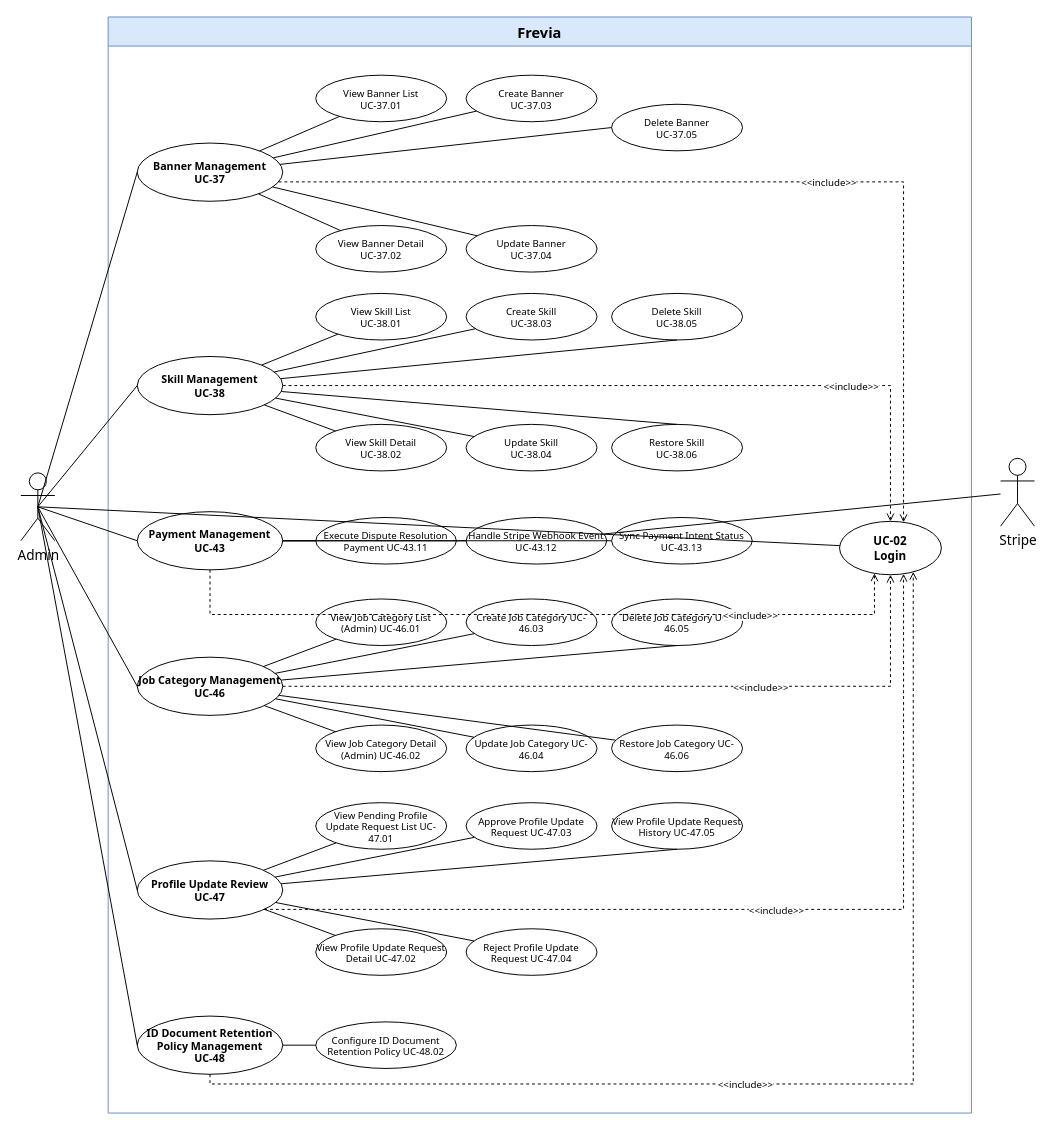
This is page "Admin 4/4" (4 of 4) of uc-diagrams/Admin.drawio from Thunggg/Frevia, a draw.io file, before an edit. Source tidied: cells renumbered, new cells numbered last; positions are measured from the earlier drawing's top-left corner, leaving out a move shared by most shapes. Both pictures are drawn from the tidied source at 97%, with x=0, y=0 at pixel (20, 16).
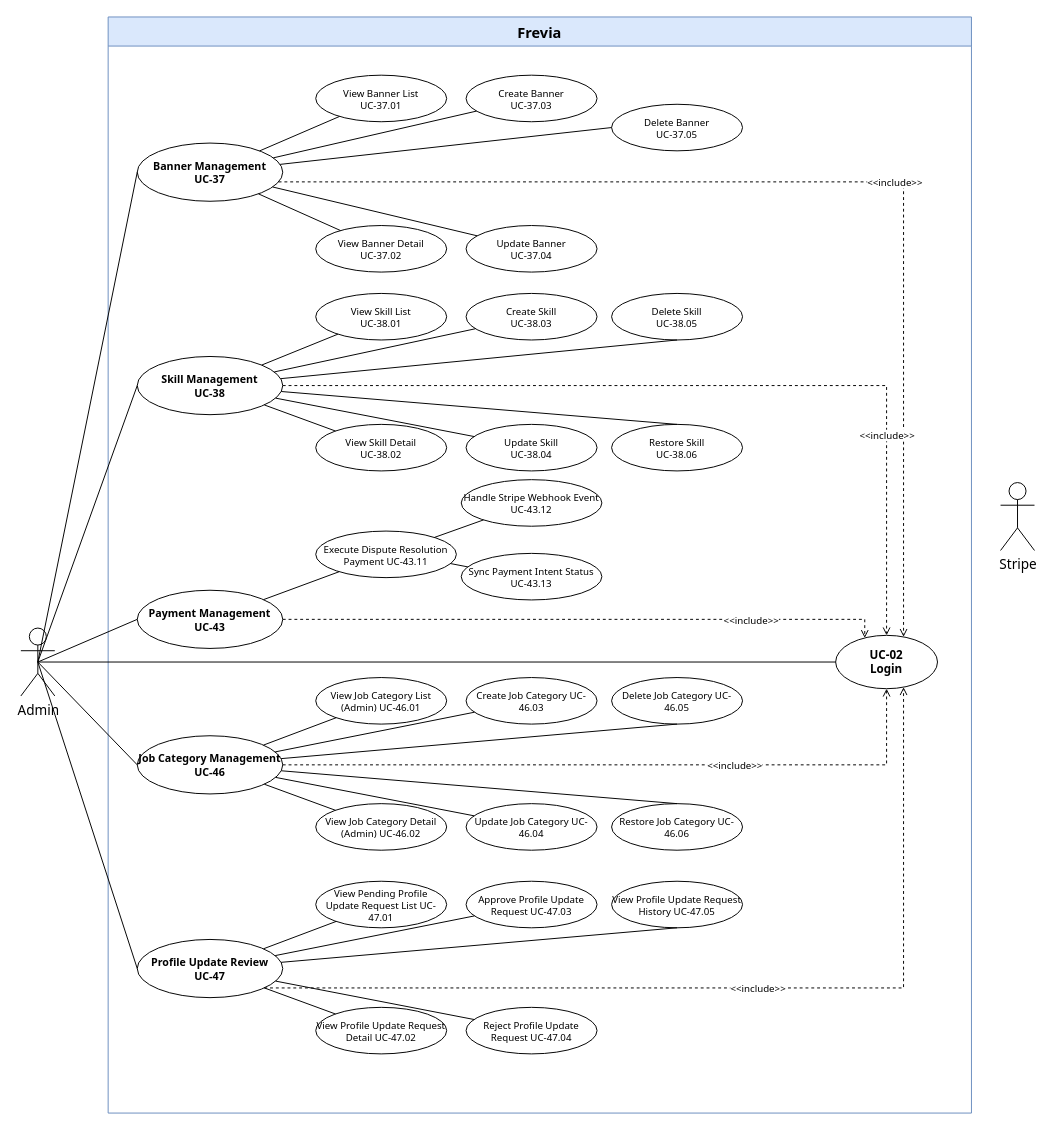
After the change.

The change refers to these unchanged cells:
```xml
<mxCell id="2" value="Frevia" style="swimlane;whiteSpace=wrap;html=1;startSize=30;fontSize=15;fontFamily=Tahoma;fontStyle=1;fillColor=#dae8fc;strokeColor=#6c8ebf;" parent="1" vertex="1">
  <mxGeometry x="90" width="890" height="1130" as="geometry" />
</mxCell>
```

Diff of the diagram source:
```diff
@@
     <mxCell id="3" value="UC-02&#10;Login" style="ellipse;whiteSpace=wrap;html=1;fontSize=12;fontFamily=Tahoma;fontStyle=1;fillColor=#ffffff;strokeColor=#000000;" parent="2" vertex="1">
-      <mxGeometry x="754" y="520" width="105" height="55" as="geometry" />
+      <mxGeometry x="750" y="637.5" width="105" height="55" as="geometry" />
     </mxCell>
@@
     <mxCell id="28" value="Payment Management&#10;UC-43" style="ellipse;whiteSpace=wrap;html=1;fontSize=11;fontFamily=Tahoma;fontStyle=1;fillColor=#ffffff;strokeColor=#000000;" parent="2" vertex="1">
-      <mxGeometry x="30" y="510" width="150" height="60" as="geometry" />
+      <mxGeometry x="30" y="591" width="150" height="60" as="geometry" />
     </mxCell>
     <mxCell id="29" value="Execute Dispute Resolution Payment&amp;#xa;UC-43.11" style="ellipse;whiteSpace=wrap;html=1;fontSize=10;fontFamily=Tahoma;fillColor=#ffffff;strokeColor=#000000;" parent="2" vertex="1">
-      <mxGeometry x="214" y="516" width="145" height="48" as="geometry" />
+      <mxGeometry x="214" y="530" width="145" height="48" as="geometry" />
     </mxCell>
@@
     <mxCell id="31" value="Job Category Management&#10;UC-46" style="ellipse;whiteSpace=wrap;html=1;fontSize=11;fontFamily=Tahoma;fontStyle=1;fillColor=#ffffff;strokeColor=#000000;" parent="2" vertex="1">
-      <mxGeometry x="30" y="660" width="150" height="60" as="geometry" />
+      <mxGeometry x="30" y="741" width="150" height="60" as="geometry" />
     </mxCell>
     <mxCell id="32" value="View Job Category List (Admin)&amp;#xa;UC-46.01" style="ellipse;whiteSpace=wrap;html=1;fontSize=10;fontFamily=Tahoma;fillColor=#ffffff;strokeColor=#000000;" parent="2" vertex="1">
-      <mxGeometry x="214" y="600" width="135" height="48" as="geometry" />
+      <mxGeometry x="214" y="681" width="135" height="48" as="geometry" />
     </mxCell>
     <mxCell id="33" value="View Job Category Detail (Admin)&amp;#xa;UC-46.02" style="ellipse;whiteSpace=wrap;html=1;fontSize=10;fontFamily=Tahoma;fillColor=#ffffff;strokeColor=#000000;" parent="2" vertex="1">
-      <mxGeometry x="214" y="730" width="135" height="48" as="geometry" />
+      <mxGeometry x="214" y="811" width="135" height="48" as="geometry" />
     </mxCell>
     <mxCell id="34" value="Create Job Category&amp;#xa;UC-46.03" style="ellipse;whiteSpace=wrap;html=1;fontSize=10;fontFamily=Tahoma;fillColor=#ffffff;strokeColor=#000000;" parent="2" vertex="1">
-      <mxGeometry x="369" y="600" width="135" height="48" as="geometry" />
+      <mxGeometry x="369" y="681" width="135" height="48" as="geometry" />
     </mxCell>
     <mxCell id="35" value="Update Job Category&amp;#xa;UC-46.04" style="ellipse;whiteSpace=wrap;html=1;fontSize=10;fontFamily=Tahoma;fillColor=#ffffff;strokeColor=#000000;" parent="2" vertex="1">
-      <mxGeometry x="369" y="730" width="135" height="48" as="geometry" />
+      <mxGeometry x="369" y="811" width="135" height="48" as="geometry" />
     </mxCell>
     <mxCell id="36" value="Delete Job Category&amp;#xa;UC-46.05" style="ellipse;whiteSpace=wrap;html=1;fontSize=10;fontFamily=Tahoma;fillColor=#ffffff;strokeColor=#000000;" parent="2" vertex="1">
-      <mxGeometry x="519" y="600" width="135" height="48" as="geometry" />
+      <mxGeometry x="519" y="681" width="135" height="48" as="geometry" />
     </mxCell>
@@
     <mxCell id="42" value="Profile Update Review&#10;UC-47" style="ellipse;whiteSpace=wrap;html=1;fontSize=11;fontFamily=Tahoma;fontStyle=1;fillColor=#ffffff;strokeColor=#000000;" parent="2" vertex="1">
-      <mxGeometry x="30" y="870" width="150" height="60" as="geometry" />
+      <mxGeometry x="30" y="951" width="150" height="60" as="geometry" />
     </mxCell>
     <mxCell id="43" value="View Pending Profile Update Request List&amp;#xa;UC-47.01" style="ellipse;whiteSpace=wrap;html=1;fontSize=10;fontFamily=Tahoma;fillColor=#ffffff;strokeColor=#000000;" parent="2" vertex="1">
-      <mxGeometry x="214" y="810" width="135" height="48" as="geometry" />
+      <mxGeometry x="214" y="891" width="135" height="48" as="geometry" />
     </mxCell>
     <mxCell id="44" value="View Profile Update Request Detail&amp;#xa;UC-47.02" style="ellipse;whiteSpace=wrap;html=1;fontSize=10;fontFamily=Tahoma;fillColor=#ffffff;strokeColor=#000000;" parent="2" vertex="1">
-      <mxGeometry x="214" y="940" width="135" height="48" as="geometry" />
+      <mxGeometry x="214" y="1021" width="135" height="48" as="geometry" />
     </mxCell>
     <mxCell id="45" value="Approve Profile Update Request&amp;#xa;UC-47.03" style="ellipse;whiteSpace=wrap;html=1;fontSize=10;fontFamily=Tahoma;fillColor=#ffffff;strokeColor=#000000;" parent="2" vertex="1">
-      <mxGeometry x="369" y="810" width="135" height="48" as="geometry" />
+      <mxGeometry x="369" y="891" width="135" height="48" as="geometry" />
     </mxCell>
     <mxCell id="46" value="Reject Profile Update Request&amp;#xa;UC-47.04" style="ellipse;whiteSpace=wrap;html=1;fontSize=10;fontFamily=Tahoma;fillColor=#ffffff;strokeColor=#000000;" parent="2" vertex="1">
-      <mxGeometry x="369" y="940" width="135" height="48" as="geometry" />
+      <mxGeometry x="369" y="1021" width="135" height="48" as="geometry" />
     </mxCell>
     <mxCell id="47" value="View Profile Update Request History&amp;#xa;UC-47.05" style="ellipse;whiteSpace=wrap;html=1;fontSize=10;fontFamily=Tahoma;fillColor=#ffffff;strokeColor=#000000;" parent="2" vertex="1">
-      <mxGeometry x="519" y="810" width="135" height="48" as="geometry" />
+      <mxGeometry x="519" y="891" width="135" height="48" as="geometry" />
     </mxCell>
@@
-    <mxCell id="53" value="Configure ID Document Retention Policy&amp;#xa;UC-48.02" style="ellipse;whiteSpace=wrap;html=1;fontSize=10;fontFamily=Tahoma;fillColor=#ffffff;strokeColor=#000000;" parent="2" vertex="1">
-      <mxGeometry x="214" y="1036" width="145" height="48" as="geometry" />
-    </mxCell>
@@
     <mxCell id="55" value="&amp;lt;&amp;lt;include&amp;gt;&amp;gt;" style="edgeStyle=orthogonalEdgeStyle;rounded=0;endArrow=open;dashed=1;html=1;strokeColor=#000000;fontSize=10;fontFamily=Tahoma;labelBackgroundColor=#ffffff;align=center;verticalAlign=middle;" parent="2" edge="1" source="28" target="3">
       <mxGeometry x="0.56" relative="1" as="geometry">
         <Array as="points">
-          <mxPoint x="790" y="616" />
+          <mxPoint x="780" y="621" />
         </Array>
       </mxGeometry>
     </mxCell>
     <mxCell id="56" value="&amp;lt;&amp;lt;include&amp;gt;&amp;gt;" style="edgeStyle=orthogonalEdgeStyle;rounded=0;endArrow=open;dashed=1;html=1;strokeColor=#000000;fontSize=10;fontFamily=Tahoma;labelBackgroundColor=#ffffff;align=center;verticalAlign=middle;" parent="2" edge="1" source="42" target="3">
       <mxGeometry x="0.05" relative="1" as="geometry">
         <Array as="points">
-          <mxPoint x="820" y="920" />
+          <mxPoint x="820" y="1001" />
         </Array>
       </mxGeometry>
     </mxCell>
     <mxCell id="57" value="Restore Job Category&amp;#xa;UC-46.06" style="ellipse;whiteSpace=wrap;html=1;fontSize=10;fontFamily=Tahoma;fillColor=#ffffff;strokeColor=#000000;" parent="2" vertex="1">
-      <mxGeometry x="519" y="730" width="135" height="48" as="geometry" />
+      <mxGeometry x="519" y="811" width="135" height="48" as="geometry" />
     </mxCell>
-    <mxCell id="58" style="endArrow=none;html=1;rounded=0;fontFamily=Tahoma;fontSize=13;" parent="2" edge="1" source="31" target="57">
+    <mxCell id="58" style="endArrow=none;html=1;rounded=0;fontFamily=Tahoma;fontSize=13;entryX=0.5;entryY=0;entryDx=0;entryDy=0;" parent="2" edge="1" source="31" target="57">
       <mxGeometry relative="1" as="geometry" />
     </mxCell>
     <mxCell id="59" value="Handle Stripe Webhook Event&amp;#xa;UC-43.12" style="ellipse;whiteSpace=wrap;html=1;fontSize=10;fontFamily=Tahoma;fillColor=#ffffff;strokeColor=#000000;" parent="2" vertex="1">
-      <mxGeometry x="369" y="516" width="145" height="48" as="geometry" />
+      <mxGeometry x="364" y="477" width="145" height="48" as="geometry" />
     </mxCell>
     <mxCell id="60" value="Sync Payment Intent Status&amp;#xa;UC-43.13" style="ellipse;whiteSpace=wrap;html=1;fontSize=10;fontFamily=Tahoma;fillColor=#ffffff;strokeColor=#000000;" parent="2" vertex="1">
-      <mxGeometry x="519" y="516" width="145" height="48" as="geometry" />
+      <mxGeometry x="364" y="553" width="145" height="48" as="geometry" />
     </mxCell>
-    <mxCell id="61" style="endArrow=none;html=1;rounded=0;fontFamily=Tahoma;fontSize=13;" parent="2" edge="1" source="28" target="59">
+    <mxCell id="61" style="endArrow=none;html=1;rounded=0;fontFamily=Tahoma;fontSize=13;" parent="2" edge="1" source="29" target="59">
       <mxGeometry relative="1" as="geometry" />
     </mxCell>
-    <mxCell id="62" style="endArrow=none;html=1;rounded=0;fontFamily=Tahoma;fontSize=13;" parent="2" edge="1" source="28" target="60">
+    <mxCell id="62" style="endArrow=none;html=1;rounded=0;fontFamily=Tahoma;fontSize=13;" parent="2" edge="1" source="29" target="60">
       <mxGeometry relative="1" as="geometry" />
     </mxCell>
     <mxCell id="63" value="Admin" style="shape=umlActor;verticalLabelPosition=bottom;verticalAlign=top;html=1;outlineConnect=0;fontSize=14;fontFamily=Tahoma;" parent="1" vertex="1">
-      <mxGeometry y="470" width="35" height="70" as="geometry" />
+      <mxGeometry y="630" width="35" height="70" as="geometry" />
     </mxCell>
@@
-    <mxCell id="70" style="endArrow=none;html=1;rounded=0;fontFamily=Tahoma;fontSize=13;entryX=0;entryY=0.5;entryDx=0;entryDy=0;exitX=0.5;exitY=0.5;exitDx=0;exitDy=0;exitPerimeter=0;" parent="1" edge="1" source="63" target="74">
-      <mxGeometry relative="1" as="geometry" />
-    </mxCell>
@@
-    <mxCell id="73" value="&amp;lt;&amp;lt;include&amp;gt;&amp;gt;" style="edgeStyle=orthogonalEdgeStyle;rounded=0;endArrow=open;dashed=1;html=1;strokeColor=#000000;fontSize=10;fontFamily=Tahoma;labelBackgroundColor=#ffffff;align=center;verticalAlign=middle;" parent="1" edge="1" source="74" target="3">
-      <mxGeometry x="-0.11" relative="1" as="geometry">
-        <Array as="points">
-          <mxPoint x="920" y="1100" />
-        </Array>
-      </mxGeometry>
-    </mxCell>
-    <mxCell id="74" value="ID Document Retention Policy Management&#10;UC-48" style="ellipse;whiteSpace=wrap;html=1;fontSize=11;fontFamily=Tahoma;fontStyle=1;fillColor=#ffffff;strokeColor=#000000;" parent="2" vertex="1">
-      <mxGeometry x="30" y="1030" width="150" height="60" as="geometry" />
-    </mxCell>
-    <mxCell id="75" style="endArrow=none;html=1;rounded=0;fontFamily=Tahoma;fontSize=13;" parent="1" edge="1" source="74" target="53">
-      <mxGeometry relative="1" as="geometry" />
-    </mxCell>
     <mxCell id="76" value="Stripe" style="shape=umlActor;verticalLabelPosition=bottom;verticalAlign=top;html=1;outlineConnect=0;fontSize=14;fontFamily=Tahoma;" parent="1" vertex="1">
-      <mxGeometry x="1010" y="455" width="35" height="70" as="geometry" />
+      <mxGeometry x="1010" y="480" width="35" height="70" as="geometry" />
     </mxCell>
-    <mxCell id="77" style="endArrow=none;html=1;rounded=0;fontFamily=Tahoma;fontSize=13;" parent="1" edge="1" source="76" target="59">
-      <mxGeometry relative="1" as="geometry" />
-    </mxCell>
```
